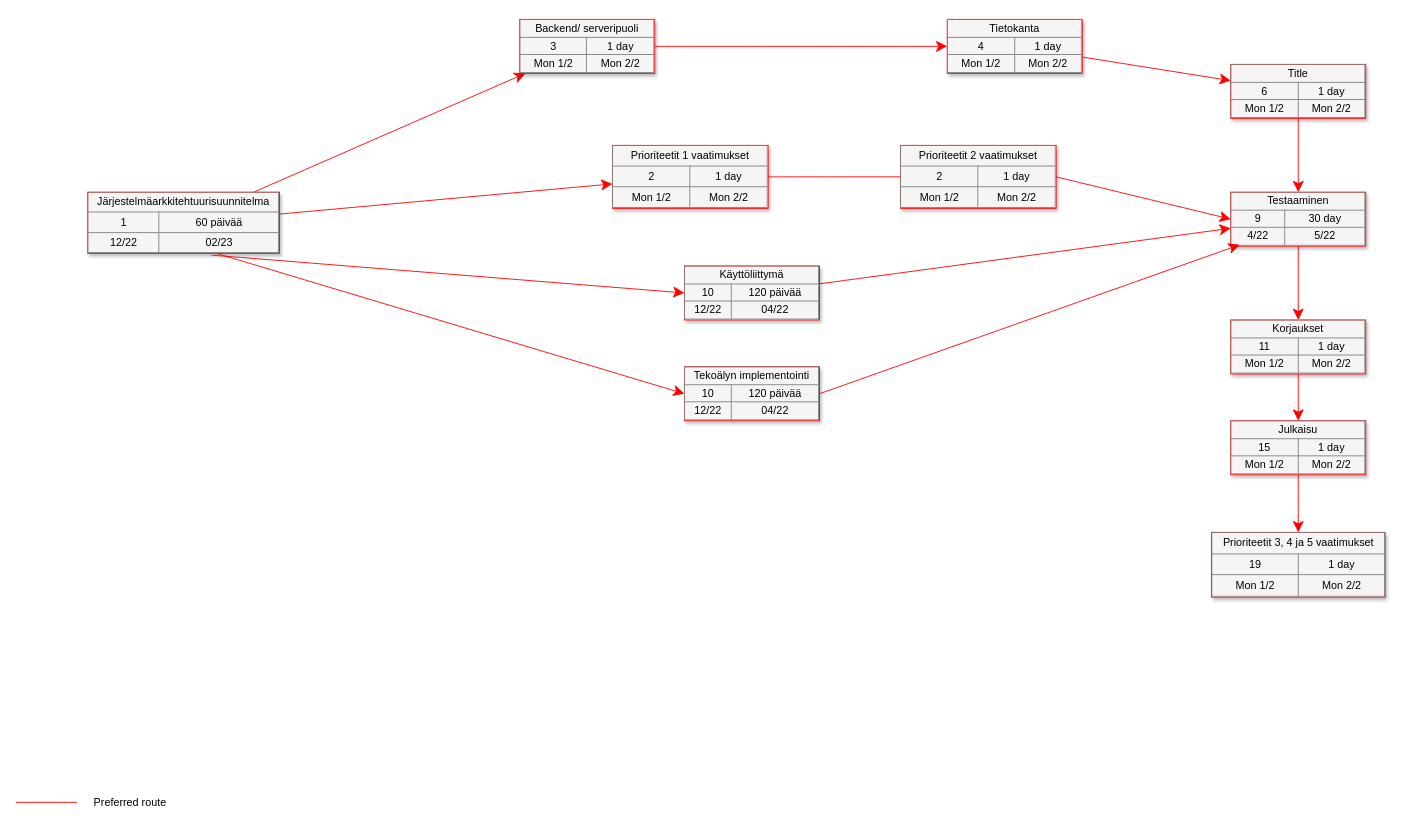
Above: UML/SW ENG course/precedence diagram.drawio in DeveloperLauri/UML-charts-draw.io (draw.io), before the change. Source tidied: cells renumbered, new cells numbered last; positions are measured from the earlier drawing's top-left corner, leaving out a move shared by most shapes. Both pictures are drawn from the tidied source at 90%, with x=0, y=0 at pixel (15, 19).
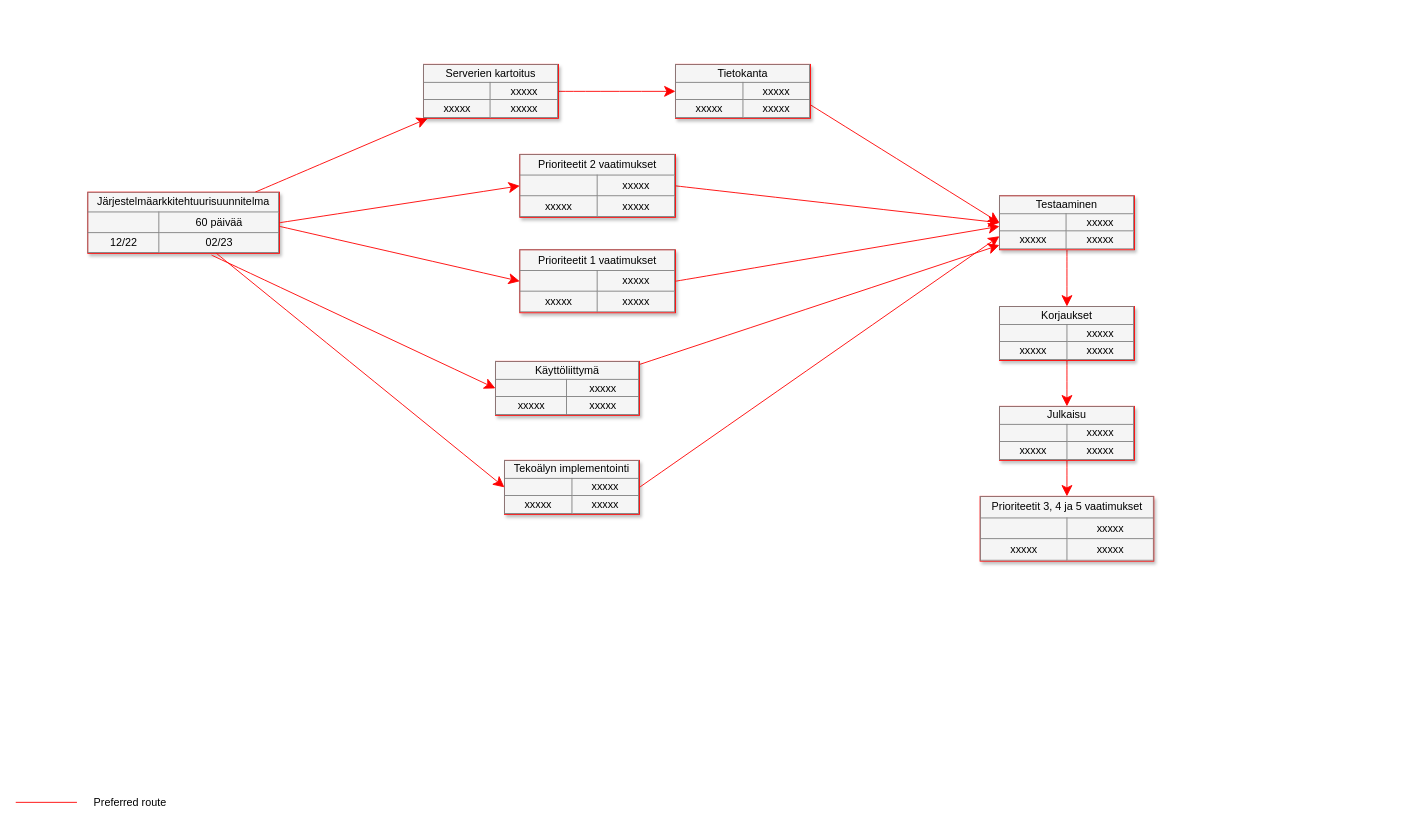
After the change.

Diff of the diagram source:
```diff
@@
-    <mxCell id="3" style="edgeStyle=none;curved=1;html=1;startSize=10;endArrow=classic;endFill=1;endSize=10;strokeColor=#FF0000;strokeWidth=1;fontSize=12;" parent="1" edge="1" source="4" target="16">
-      <mxGeometry relative="1" as="geometry" />
-    </mxCell>
-    <mxCell id="4" value="&lt;table border=&quot;1&quot; width=&quot;100%&quot; style=&quot;width: 100% ; height: 100% ; border-collapse: collapse&quot;&gt;&lt;tbody&gt;&lt;tr&gt;&lt;td colspan=&quot;2&quot; align=&quot;center&quot;&gt;Järjestelmäarkkitehtuurisuunnitelma&lt;/td&gt;&lt;/tr&gt;&lt;tr&gt;&lt;td align=&quot;center&quot;&gt;&lt;font style=&quot;font-size: 12px;&quot;&gt;1&lt;/font&gt;&lt;/td&gt;&lt;td align=&quot;center&quot;&gt;&lt;font style=&quot;font-size: 12px;&quot;&gt;60 päivää&lt;/font&gt;&lt;/td&gt;&lt;/tr&gt;&lt;tr&gt;&lt;td align=&quot;center&quot;&gt;12/22&lt;/td&gt;&lt;td align=&quot;center&quot;&gt;02/23&lt;/td&gt;&lt;/tr&gt;&lt;/tbody&gt;&lt;/table&gt;" style="text;html=1;strokeColor=#FF0000;fillColor=#f5f5f5;overflow=fill;rounded=0;shadow=1;fontSize=12;align=center;" parent="1" vertex="1">
+    <mxCell id="4" value="&lt;table border=&quot;1&quot; width=&quot;100%&quot; style=&quot;width: 100% ; height: 100% ; border-collapse: collapse&quot;&gt;&lt;tbody&gt;&lt;tr&gt;&lt;td colspan=&quot;2&quot; align=&quot;center&quot;&gt;Järjestelmäarkkitehtuurisuunnitelma&lt;/td&gt;&lt;/tr&gt;&lt;tr&gt;&lt;td align=&quot;center&quot;&gt;&lt;br&gt;&lt;/td&gt;&lt;td align=&quot;center&quot;&gt;&lt;font style=&quot;font-size: 12px;&quot;&gt;60 päivää&lt;/font&gt;&lt;/td&gt;&lt;/tr&gt;&lt;tr&gt;&lt;td align=&quot;center&quot;&gt;12/22&lt;/td&gt;&lt;td align=&quot;center&quot;&gt;02/23&lt;/td&gt;&lt;/tr&gt;&lt;/tbody&gt;&lt;/table&gt;" style="text;html=1;strokeColor=#FF0000;fillColor=#f5f5f5;overflow=fill;rounded=0;shadow=1;fontSize=12;align=center;" parent="1" vertex="1">
       <mxGeometry x="80" y="192" width="213" height="68" as="geometry" />
     </mxCell>
-    <mxCell id="5" value="&lt;table border=&quot;1&quot; width=&quot;100%&quot; style=&quot;width: 100% ; height: 100% ; border-collapse: collapse&quot;&gt;&lt;tbody&gt;&lt;tr&gt;&lt;td colspan=&quot;2&quot; align=&quot;center&quot;&gt;Prioriteetit 3, 4 ja 5 vaatimukset&lt;/td&gt;&lt;/tr&gt;&lt;tr&gt;&lt;td align=&quot;center&quot;&gt;19&lt;/td&gt;&lt;td align=&quot;center&quot;&gt;&lt;font style=&quot;font-size: 12px&quot;&gt;1 day&lt;/font&gt;&lt;/td&gt;&lt;/tr&gt;&lt;tr&gt;&lt;td align=&quot;center&quot;&gt;&lt;font style=&quot;font-size: 12px&quot;&gt;Mon 1/2&lt;/font&gt;&lt;/td&gt;&lt;td align=&quot;center&quot;&gt;&lt;font style=&quot;font-size: 12px&quot;&gt;Mon 2/2&lt;/font&gt;&lt;/td&gt;&lt;/tr&gt;&lt;/tbody&gt;&lt;/table&gt;" style="text;html=1;strokeColor=#FF0000;fillColor=#f5f5f5;overflow=fill;rounded=0;shadow=1;fontSize=12;align=center;" parent="1" vertex="1">
-      <mxGeometry x="1328.5" y="570" width="193" height="72" as="geometry" />
+    <mxCell id="5" value="&lt;table border=&quot;1&quot; width=&quot;100%&quot; style=&quot;width: 100% ; height: 100% ; border-collapse: collapse&quot;&gt;&lt;tbody&gt;&lt;tr&gt;&lt;td colspan=&quot;2&quot; align=&quot;center&quot;&gt;Prioriteetit 3, 4 ja 5 vaatimukset&lt;/td&gt;&lt;/tr&gt;&lt;tr&gt;&lt;td align=&quot;center&quot;&gt;&lt;br&gt;&lt;/td&gt;&lt;td align=&quot;center&quot;&gt;xxxxx&lt;br&gt;&lt;/td&gt;&lt;/tr&gt;&lt;tr&gt;&lt;td align=&quot;center&quot;&gt;xxxxx&lt;br&gt;&lt;/td&gt;&lt;td align=&quot;center&quot;&gt;xxxxx&lt;br&gt;&lt;/td&gt;&lt;/tr&gt;&lt;/tbody&gt;&lt;/table&gt;" style="text;html=1;strokeColor=#FF0000;fillColor=#f5f5f5;overflow=fill;rounded=0;shadow=1;fontSize=12;align=center;" parent="1" vertex="1">
+      <mxGeometry x="1071.5" y="530" width="193" height="72" as="geometry" />
     </mxCell>
@@
-    <mxCell id="7" value="&lt;table border=&quot;1&quot; width=&quot;100%&quot; style=&quot;width: 100% ; height: 100% ; border-collapse: collapse&quot;&gt;&lt;tbody&gt;&lt;tr&gt;&lt;td colspan=&quot;2&quot; align=&quot;center&quot;&gt;Julkaisu&lt;/td&gt;&lt;/tr&gt;&lt;tr&gt;&lt;td align=&quot;center&quot;&gt;15&lt;/td&gt;&lt;td align=&quot;center&quot;&gt;&lt;font style=&quot;font-size: 12px&quot;&gt;1 day&lt;/font&gt;&lt;/td&gt;&lt;/tr&gt;&lt;tr&gt;&lt;td align=&quot;center&quot;&gt;&lt;font style=&quot;font-size: 12px&quot;&gt;Mon 1/2&lt;/font&gt;&lt;/td&gt;&lt;td align=&quot;center&quot;&gt;&lt;font style=&quot;font-size: 12px&quot;&gt;Mon 2/2&lt;/font&gt;&lt;/td&gt;&lt;/tr&gt;&lt;/tbody&gt;&lt;/table&gt;" style="text;html=1;strokeColor=#FF0000;fillColor=#f5f5f5;overflow=fill;rounded=0;shadow=1;fontSize=12;align=center;" parent="1" vertex="1">
-      <mxGeometry x="1350" y="446" width="150" height="60" as="geometry" />
+    <mxCell id="7" value="&lt;table border=&quot;1&quot; width=&quot;100%&quot; style=&quot;width: 100% ; height: 100% ; border-collapse: collapse&quot;&gt;&lt;tbody&gt;&lt;tr&gt;&lt;td colspan=&quot;2&quot; align=&quot;center&quot;&gt;Julkaisu&lt;/td&gt;&lt;/tr&gt;&lt;tr&gt;&lt;td align=&quot;center&quot;&gt;&lt;br&gt;&lt;/td&gt;&lt;td align=&quot;center&quot;&gt;xxxxx&lt;br&gt;&lt;/td&gt;&lt;/tr&gt;&lt;tr&gt;&lt;td align=&quot;center&quot;&gt;xxxxx&lt;br&gt;&lt;/td&gt;&lt;td align=&quot;center&quot;&gt;xxxxx&lt;br&gt;&lt;/td&gt;&lt;/tr&gt;&lt;/tbody&gt;&lt;/table&gt;" style="text;html=1;strokeColor=#FF0000;fillColor=#f5f5f5;overflow=fill;rounded=0;shadow=1;fontSize=12;align=center;" parent="1" vertex="1">
+      <mxGeometry x="1093" y="430" width="150" height="60" as="geometry" />
     </mxCell>
@@
-    <mxCell id="9" value="&lt;table border=&quot;1&quot; width=&quot;100%&quot; style=&quot;width: 100% ; height: 100% ; border-collapse: collapse&quot;&gt;&lt;tbody&gt;&lt;tr&gt;&lt;td colspan=&quot;2&quot; align=&quot;center&quot;&gt;Korjaukset&lt;/td&gt;&lt;/tr&gt;&lt;tr&gt;&lt;td align=&quot;center&quot;&gt;&lt;font style=&quot;font-size: 12px&quot;&gt;11&lt;/font&gt;&lt;/td&gt;&lt;td align=&quot;center&quot;&gt;&lt;font style=&quot;font-size: 12px&quot;&gt;1 day&lt;/font&gt;&lt;/td&gt;&lt;/tr&gt;&lt;tr&gt;&lt;td align=&quot;center&quot;&gt;&lt;font style=&quot;font-size: 12px&quot;&gt;Mon 1/2&lt;/font&gt;&lt;/td&gt;&lt;td align=&quot;center&quot;&gt;&lt;font style=&quot;font-size: 12px&quot;&gt;Mon 2/2&lt;/font&gt;&lt;/td&gt;&lt;/tr&gt;&lt;/tbody&gt;&lt;/table&gt;" style="text;html=1;strokeColor=#FF0000;fillColor=#f5f5f5;overflow=fill;rounded=0;shadow=1;fontSize=12;align=center;" parent="1" vertex="1">
-      <mxGeometry x="1350" y="334" width="150" height="60" as="geometry" />
+    <mxCell id="9" value="&lt;table border=&quot;1&quot; width=&quot;100%&quot; style=&quot;width: 100% ; height: 100% ; border-collapse: collapse&quot;&gt;&lt;tbody&gt;&lt;tr&gt;&lt;td colspan=&quot;2&quot; align=&quot;center&quot;&gt;Korjaukset&lt;/td&gt;&lt;/tr&gt;&lt;tr&gt;&lt;td align=&quot;center&quot;&gt;&lt;br&gt;&lt;/td&gt;&lt;td align=&quot;center&quot;&gt;xxxxx&lt;br&gt;&lt;/td&gt;&lt;/tr&gt;&lt;tr&gt;&lt;td align=&quot;center&quot;&gt;xxxxx&lt;br&gt;&lt;/td&gt;&lt;td align=&quot;center&quot;&gt;xxxxx&lt;br&gt;&lt;/td&gt;&lt;/tr&gt;&lt;/tbody&gt;&lt;/table&gt;" style="text;html=1;strokeColor=#FF0000;fillColor=#f5f5f5;overflow=fill;rounded=0;shadow=1;fontSize=12;align=center;" parent="1" vertex="1">
+      <mxGeometry x="1093" y="319" width="150" height="60" as="geometry" />
     </mxCell>
@@
-    <mxCell id="11" value="&lt;table border=&quot;1&quot; width=&quot;100%&quot; style=&quot;width: 100% ; height: 100% ; border-collapse: collapse&quot;&gt;&lt;tbody&gt;&lt;tr&gt;&lt;td colspan=&quot;2&quot; align=&quot;center&quot;&gt;&lt;font style=&quot;font-size: 12px&quot;&gt;Testaaminen&lt;/font&gt;&lt;/td&gt;&lt;/tr&gt;&lt;tr&gt;&lt;td align=&quot;center&quot;&gt;9&lt;/td&gt;&lt;td align=&quot;center&quot;&gt;&lt;font style=&quot;font-size: 12px&quot;&gt;30 day&lt;/font&gt;&lt;/td&gt;&lt;/tr&gt;&lt;tr&gt;&lt;td align=&quot;center&quot;&gt;4/22&lt;/td&gt;&lt;td align=&quot;center&quot;&gt;5/22&lt;/td&gt;&lt;/tr&gt;&lt;/tbody&gt;&lt;/table&gt;" style="text;html=1;strokeColor=#FF0000;fillColor=#f5f5f5;overflow=fill;rounded=0;shadow=1;fontSize=12;align=center;" parent="1" vertex="1">
-      <mxGeometry x="1350" y="192" width="150" height="60" as="geometry" />
+    <mxCell id="11" value="&lt;table border=&quot;1&quot; width=&quot;100%&quot; style=&quot;width: 100% ; height: 100% ; border-collapse: collapse&quot;&gt;&lt;tbody&gt;&lt;tr&gt;&lt;td colspan=&quot;2&quot; align=&quot;center&quot;&gt;&lt;font style=&quot;font-size: 12px&quot;&gt;Testaaminen&lt;/font&gt;&lt;/td&gt;&lt;/tr&gt;&lt;tr&gt;&lt;td align=&quot;center&quot;&gt;&lt;br&gt;&lt;/td&gt;&lt;td align=&quot;center&quot;&gt;xxxxx&lt;br&gt;&lt;/td&gt;&lt;/tr&gt;&lt;tr&gt;&lt;td align=&quot;center&quot;&gt;xxxxx&lt;br&gt;&lt;/td&gt;&lt;td align=&quot;center&quot;&gt;xxxxx&lt;br&gt;&lt;/td&gt;&lt;/tr&gt;&lt;/tbody&gt;&lt;/table&gt;" style="text;html=1;strokeColor=#FF0000;fillColor=#f5f5f5;overflow=fill;rounded=0;shadow=1;fontSize=12;align=center;" parent="1" vertex="1">
+      <mxGeometry x="1093" y="196" width="150" height="60" as="geometry" />
     </mxCell>
-    <mxCell id="12" style="edgeStyle=none;curved=1;html=1;startSize=10;endArrow=classic;endFill=1;endSize=10;strokeColor=#FF0000;strokeWidth=1;fontSize=12;" parent="1" edge="1" source="13" target="20">
+    <mxCell id="12" style="edgeStyle=none;curved=1;html=1;startSize=10;endArrow=classic;endFill=1;endSize=10;strokeColor=#FF0000;strokeWidth=1;fontSize=12;entryX=0;entryY=0.5;entryDx=0;entryDy=0;exitX=1;exitY=0.75;exitDx=0;exitDy=0;" parent="1" edge="1" source="13" target="11">
       <mxGeometry relative="1" as="geometry" />
     </mxCell>
-    <mxCell id="13" value="&lt;table border=&quot;1&quot; width=&quot;100%&quot; style=&quot;width: 100% ; height: 100% ; border-collapse: collapse&quot;&gt;&lt;tbody&gt;&lt;tr&gt;&lt;td colspan=&quot;2&quot; align=&quot;center&quot;&gt;&lt;font style=&quot;font-size: 12px&quot;&gt;Tietokanta&lt;/font&gt;&lt;/td&gt;&lt;/tr&gt;&lt;tr&gt;&lt;td align=&quot;center&quot;&gt;4&lt;/td&gt;&lt;td align=&quot;center&quot;&gt;&lt;font style=&quot;font-size: 12px&quot;&gt;1 day&lt;/font&gt;&lt;/td&gt;&lt;/tr&gt;&lt;tr&gt;&lt;td align=&quot;center&quot;&gt;&lt;font style=&quot;font-size: 12px&quot;&gt;Mon 1/2&lt;/font&gt;&lt;/td&gt;&lt;td align=&quot;center&quot;&gt;&lt;font style=&quot;font-size: 12px&quot;&gt;Mon 2/2&lt;/font&gt;&lt;/td&gt;&lt;/tr&gt;&lt;/tbody&gt;&lt;/table&gt;" style="text;html=1;strokeColor=#FF0000;fillColor=#f5f5f5;overflow=fill;rounded=0;shadow=1;fontSize=12;align=center;" parent="1" vertex="1">
-      <mxGeometry x="1035" width="150" height="60" as="geometry" />
+    <mxCell id="13" value="&lt;table border=&quot;1&quot; width=&quot;100%&quot; style=&quot;width: 100% ; height: 100% ; border-collapse: collapse&quot;&gt;&lt;tbody&gt;&lt;tr&gt;&lt;td colspan=&quot;2&quot; align=&quot;center&quot;&gt;&lt;font style=&quot;font-size: 12px&quot;&gt;Tietokanta&lt;/font&gt;&lt;/td&gt;&lt;/tr&gt;&lt;tr&gt;&lt;td align=&quot;center&quot;&gt;&lt;br&gt;&lt;/td&gt;&lt;td align=&quot;center&quot;&gt;xxxxx&lt;br&gt;&lt;/td&gt;&lt;/tr&gt;&lt;tr&gt;&lt;td align=&quot;center&quot;&gt;xxxxx&lt;br&gt;&lt;/td&gt;&lt;td align=&quot;center&quot;&gt;xxxxx&lt;br&gt;&lt;/td&gt;&lt;/tr&gt;&lt;/tbody&gt;&lt;/table&gt;" style="text;html=1;strokeColor=#FF0000;fillColor=#f5f5f5;overflow=fill;rounded=0;shadow=1;fontSize=12;align=center;" parent="1" vertex="1">
+      <mxGeometry x="733" y="50" width="150" height="60" as="geometry" />
     </mxCell>
@@
-    <mxCell id="15" value="&lt;table border=&quot;1&quot; width=&quot;100%&quot; style=&quot;width: 100% ; height: 100% ; border-collapse: collapse&quot;&gt;&lt;tbody&gt;&lt;tr&gt;&lt;td colspan=&quot;2&quot; align=&quot;center&quot;&gt;Backend/ serveripuoli&lt;/td&gt;&lt;/tr&gt;&lt;tr&gt;&lt;td align=&quot;center&quot;&gt;3&lt;/td&gt;&lt;td align=&quot;center&quot;&gt;&lt;font style=&quot;font-size: 12px&quot;&gt;1 day&lt;/font&gt;&lt;/td&gt;&lt;/tr&gt;&lt;tr&gt;&lt;td align=&quot;center&quot;&gt;&lt;font style=&quot;font-size: 12px&quot;&gt;Mon 1/2&lt;/font&gt;&lt;/td&gt;&lt;td align=&quot;center&quot;&gt;&lt;font style=&quot;font-size: 12px&quot;&gt;Mon 2/2&lt;/font&gt;&lt;/td&gt;&lt;/tr&gt;&lt;/tbody&gt;&lt;/table&gt;" style="text;html=1;strokeColor=#FF0000;fillColor=#f5f5f5;overflow=fill;rounded=0;shadow=1;fontSize=12;align=center;" parent="1" vertex="1">
-      <mxGeometry x="560" width="150" height="60" as="geometry" />
+    <mxCell id="15" value="&lt;table border=&quot;1&quot; width=&quot;100%&quot; style=&quot;width: 100% ; height: 100% ; border-collapse: collapse&quot;&gt;&lt;tbody&gt;&lt;tr&gt;&lt;td colspan=&quot;2&quot; align=&quot;center&quot;&gt;Serverien kartoitus&lt;/td&gt;&lt;/tr&gt;&lt;tr&gt;&lt;td align=&quot;center&quot;&gt;&lt;br&gt;&lt;/td&gt;&lt;td align=&quot;center&quot;&gt;xxxxx&lt;br&gt;&lt;/td&gt;&lt;/tr&gt;&lt;tr&gt;&lt;td align=&quot;center&quot;&gt;xxxxx&lt;/td&gt;&lt;td align=&quot;center&quot;&gt;xxxxx&lt;br&gt;&lt;/td&gt;&lt;/tr&gt;&lt;/tbody&gt;&lt;/table&gt;" style="text;html=1;strokeColor=#FF0000;fillColor=#f5f5f5;overflow=fill;rounded=0;shadow=1;fontSize=12;align=center;" parent="1" vertex="1">
+      <mxGeometry x="453" y="50" width="150" height="60" as="geometry" />
     </mxCell>
-    <mxCell id="16" value="&lt;table border=&quot;1&quot; width=&quot;100%&quot; style=&quot;width: 100% ; height: 100% ; border-collapse: collapse&quot;&gt;&lt;tbody&gt;&lt;tr&gt;&lt;td colspan=&quot;2&quot; align=&quot;center&quot;&gt;Prioriteetit 1 vaatimukset&lt;/td&gt;&lt;/tr&gt;&lt;tr&gt;&lt;td align=&quot;center&quot;&gt;2&lt;/td&gt;&lt;td align=&quot;center&quot;&gt;&lt;font style=&quot;font-size: 12px&quot;&gt;1 day&lt;/font&gt;&lt;/td&gt;&lt;/tr&gt;&lt;tr&gt;&lt;td align=&quot;center&quot;&gt;&lt;font style=&quot;font-size: 12px&quot;&gt;Mon 1/2&lt;/font&gt;&lt;/td&gt;&lt;td align=&quot;center&quot;&gt;&lt;font style=&quot;font-size: 12px&quot;&gt;Mon 2/2&lt;/font&gt;&lt;/td&gt;&lt;/tr&gt;&lt;/tbody&gt;&lt;/table&gt;" style="text;html=1;strokeColor=#FF0000;fillColor=#f5f5f5;overflow=fill;rounded=0;shadow=1;fontSize=12;align=center;" parent="1" vertex="1">
-      <mxGeometry x="663" y="140" width="173" height="70" as="geometry" />
+    <mxCell id="16" value="&lt;table border=&quot;1&quot; width=&quot;100%&quot; style=&quot;width: 100% ; height: 100% ; border-collapse: collapse&quot;&gt;&lt;tbody&gt;&lt;tr&gt;&lt;td colspan=&quot;2&quot; align=&quot;center&quot;&gt;Prioriteetit 1 vaatimukset&lt;/td&gt;&lt;/tr&gt;&lt;tr&gt;&lt;td align=&quot;center&quot;&gt;&lt;br&gt;&lt;/td&gt;&lt;td align=&quot;center&quot;&gt;xxxxx&lt;br&gt;&lt;/td&gt;&lt;/tr&gt;&lt;tr&gt;&lt;td align=&quot;center&quot;&gt;xxxxx&lt;br&gt;&lt;/td&gt;&lt;td align=&quot;center&quot;&gt;xxxxx&lt;br&gt;&lt;/td&gt;&lt;/tr&gt;&lt;/tbody&gt;&lt;/table&gt;" style="text;html=1;strokeColor=#FF0000;fillColor=#f5f5f5;overflow=fill;rounded=0;shadow=1;fontSize=12;align=center;" parent="1" vertex="1">
+      <mxGeometry x="560" y="256" width="173" height="70" as="geometry" />
     </mxCell>
@@
-    <mxCell id="18" value="&lt;table border=&quot;1&quot; width=&quot;100%&quot; style=&quot;width: 100% ; height: 100% ; border-collapse: collapse&quot;&gt;&lt;tbody&gt;&lt;tr&gt;&lt;td colspan=&quot;2&quot; align=&quot;center&quot;&gt;Käyttöliittymä&lt;/td&gt;&lt;/tr&gt;&lt;tr&gt;&lt;td align=&quot;center&quot;&gt;10&lt;/td&gt;&lt;td align=&quot;center&quot;&gt;&lt;font style=&quot;font-size: 12px&quot;&gt;120 päivää&lt;/font&gt;&lt;/td&gt;&lt;/tr&gt;&lt;tr&gt;&lt;td align=&quot;center&quot;&gt;12/22&lt;/td&gt;&lt;td align=&quot;center&quot;&gt;04/22&lt;/td&gt;&lt;/tr&gt;&lt;/tbody&gt;&lt;/table&gt;" style="text;html=1;strokeColor=#FF0000;fillColor=#f5f5f5;overflow=fill;rounded=0;shadow=1;fontSize=12;align=center;" parent="1" vertex="1">
-      <mxGeometry x="743" y="274" width="150" height="60" as="geometry" />
+    <mxCell id="18" value="&lt;table border=&quot;1&quot; width=&quot;100%&quot; style=&quot;width: 100% ; height: 100% ; border-collapse: collapse&quot;&gt;&lt;tbody&gt;&lt;tr&gt;&lt;td colspan=&quot;2&quot; align=&quot;center&quot;&gt;Käyttöliittymä&lt;/td&gt;&lt;/tr&gt;&lt;tr&gt;&lt;td align=&quot;center&quot;&gt;&lt;br&gt;&lt;/td&gt;&lt;td align=&quot;center&quot;&gt;xxxxx&lt;br&gt;&lt;/td&gt;&lt;/tr&gt;&lt;tr&gt;&lt;td align=&quot;center&quot;&gt;xxxxx&lt;br&gt;&lt;/td&gt;&lt;td align=&quot;center&quot;&gt;xxxxx&lt;br&gt;&lt;/td&gt;&lt;/tr&gt;&lt;/tbody&gt;&lt;/table&gt;" style="text;html=1;strokeColor=#FF0000;fillColor=#f5f5f5;overflow=fill;rounded=0;shadow=1;fontSize=12;align=center;" parent="1" vertex="1">
+      <mxGeometry x="533" y="380" width="160" height="60" as="geometry" />
     </mxCell>
-    <mxCell id="19" style="edgeStyle=none;curved=1;html=1;startSize=10;endArrow=classic;endFill=1;endSize=10;strokeColor=#FF0000;strokeWidth=1;fontSize=12;" parent="1" edge="1" source="20" target="11">
-      <mxGeometry relative="1" as="geometry" />
-    </mxCell>
-    <mxCell id="20" value="&lt;table border=&quot;1&quot; width=&quot;100%&quot; style=&quot;width: 100% ; height: 100% ; border-collapse: collapse&quot;&gt;&lt;tbody&gt;&lt;tr&gt;&lt;td colspan=&quot;2&quot; align=&quot;center&quot;&gt;&lt;font style=&quot;font-size: 12px&quot;&gt;Title&lt;/font&gt;&lt;/td&gt;&lt;/tr&gt;&lt;tr&gt;&lt;td align=&quot;center&quot;&gt;6&lt;/td&gt;&lt;td align=&quot;center&quot;&gt;&lt;font style=&quot;font-size: 12px&quot;&gt;1 day&lt;/font&gt;&lt;/td&gt;&lt;/tr&gt;&lt;tr&gt;&lt;td align=&quot;center&quot;&gt;&lt;font style=&quot;font-size: 12px&quot;&gt;Mon 1/2&lt;/font&gt;&lt;/td&gt;&lt;td align=&quot;center&quot;&gt;&lt;font style=&quot;font-size: 12px&quot;&gt;Mon 2/2&lt;/font&gt;&lt;/td&gt;&lt;/tr&gt;&lt;/tbody&gt;&lt;/table&gt;" style="text;html=1;strokeColor=#FF0000;fillColor=#f5f5f5;overflow=fill;rounded=0;shadow=1;fontSize=12;align=center;" parent="1" vertex="1">
-      <mxGeometry x="1350" y="50" width="150" height="60" as="geometry" />
-    </mxCell>
@@
-    <mxCell id="25" value="&lt;table border=&quot;1&quot; width=&quot;100%&quot; style=&quot;width: 100% ; height: 100% ; border-collapse: collapse&quot;&gt;&lt;tbody&gt;&lt;tr&gt;&lt;td colspan=&quot;2&quot; align=&quot;center&quot;&gt;Prioriteetit 2 vaatimukset&lt;/td&gt;&lt;/tr&gt;&lt;tr&gt;&lt;td align=&quot;center&quot;&gt;2&lt;/td&gt;&lt;td align=&quot;center&quot;&gt;&lt;font style=&quot;font-size: 12px&quot;&gt;1 day&lt;/font&gt;&lt;/td&gt;&lt;/tr&gt;&lt;tr&gt;&lt;td align=&quot;center&quot;&gt;&lt;font style=&quot;font-size: 12px&quot;&gt;Mon 1/2&lt;/font&gt;&lt;/td&gt;&lt;td align=&quot;center&quot;&gt;&lt;font style=&quot;font-size: 12px&quot;&gt;Mon 2/2&lt;/font&gt;&lt;/td&gt;&lt;/tr&gt;&lt;/tbody&gt;&lt;/table&gt;" style="text;html=1;strokeColor=#FF0000;fillColor=#f5f5f5;overflow=fill;rounded=0;shadow=1;fontSize=12;align=center;" parent="1" vertex="1">
-      <mxGeometry x="983" y="140" width="173" height="70" as="geometry" />
+    <mxCell id="25" value="&lt;table border=&quot;1&quot; width=&quot;100%&quot; style=&quot;width: 100% ; height: 100% ; border-collapse: collapse&quot;&gt;&lt;tbody&gt;&lt;tr&gt;&lt;td colspan=&quot;2&quot; align=&quot;center&quot;&gt;Prioriteetit 2 vaatimukset&lt;/td&gt;&lt;/tr&gt;&lt;tr&gt;&lt;td align=&quot;center&quot;&gt;&lt;br&gt;&lt;/td&gt;&lt;td align=&quot;center&quot;&gt;xxxxx&lt;br&gt;&lt;/td&gt;&lt;/tr&gt;&lt;tr&gt;&lt;td align=&quot;center&quot;&gt;xxxxx&lt;br&gt;&lt;/td&gt;&lt;td align=&quot;center&quot;&gt;xxxxx&lt;br&gt;&lt;/td&gt;&lt;/tr&gt;&lt;/tbody&gt;&lt;/table&gt;" style="text;html=1;strokeColor=#FF0000;fillColor=#f5f5f5;overflow=fill;rounded=0;shadow=1;fontSize=12;align=center;" parent="1" vertex="1">
+      <mxGeometry x="560" y="150" width="173" height="70" as="geometry" />
     </mxCell>
-    <mxCell id="26" style="edgeStyle=none;curved=1;html=1;startSize=10;endArrow=none;endFill=1;endSize=10;strokeColor=#FF0000;strokeWidth=1;fontSize=12;exitX=1;exitY=0.5;exitDx=0;exitDy=0;entryX=0;entryY=0.5;entryDx=0;entryDy=0;" parent="1" edge="1" source="16" target="25">
-      <mxGeometry relative="1" as="geometry" />
-    </mxCell>
-    <mxCell id="27" value="&lt;table border=&quot;1&quot; width=&quot;100%&quot; style=&quot;width: 100% ; height: 100% ; border-collapse: collapse&quot;&gt;&lt;tbody&gt;&lt;tr&gt;&lt;td colspan=&quot;2&quot; align=&quot;center&quot;&gt;Tekoälyn implementointi&lt;/td&gt;&lt;/tr&gt;&lt;tr&gt;&lt;td align=&quot;center&quot;&gt;10&lt;/td&gt;&lt;td align=&quot;center&quot;&gt;&lt;font style=&quot;font-size: 12px&quot;&gt;120 päivää&lt;/font&gt;&lt;/td&gt;&lt;/tr&gt;&lt;tr&gt;&lt;td align=&quot;center&quot;&gt;12/22&lt;/td&gt;&lt;td align=&quot;center&quot;&gt;04/22&lt;/td&gt;&lt;/tr&gt;&lt;/tbody&gt;&lt;/table&gt;" style="text;html=1;strokeColor=#FF0000;fillColor=#f5f5f5;overflow=fill;rounded=0;shadow=1;fontSize=12;align=center;" parent="1" vertex="1">
-      <mxGeometry x="743" y="386" width="150" height="60" as="geometry" />
+    <mxCell id="27" value="&lt;table border=&quot;1&quot; width=&quot;100%&quot; style=&quot;width: 100% ; height: 100% ; border-collapse: collapse&quot;&gt;&lt;tbody&gt;&lt;tr&gt;&lt;td colspan=&quot;2&quot; align=&quot;center&quot;&gt;Tekoälyn implementointi&lt;/td&gt;&lt;/tr&gt;&lt;tr&gt;&lt;td align=&quot;center&quot;&gt;&lt;br&gt;&lt;/td&gt;&lt;td align=&quot;center&quot;&gt;xxxxx&lt;br&gt;&lt;/td&gt;&lt;/tr&gt;&lt;tr&gt;&lt;td align=&quot;center&quot;&gt;xxxxx&lt;br&gt;&lt;/td&gt;&lt;td align=&quot;center&quot;&gt;xxxxx&lt;br&gt;&lt;/td&gt;&lt;/tr&gt;&lt;/tbody&gt;&lt;/table&gt;" style="text;html=1;strokeColor=#FF0000;fillColor=#f5f5f5;overflow=fill;rounded=0;shadow=1;fontSize=12;align=center;" parent="1" vertex="1">
+      <mxGeometry x="543" y="490" width="150" height="60" as="geometry" />
     </mxCell>
-    <mxCell id="28" style="edgeStyle=none;curved=1;html=1;startSize=10;endArrow=classic;endFill=1;endSize=10;strokeColor=#FF0000;strokeWidth=1;fontSize=12;exitX=1;exitY=0.5;exitDx=0;exitDy=0;" parent="1" edge="1" source="27">
-      <mxGeometry relative="1" as="geometry">
-        <mxPoint x="1360" y="250.5" as="targetPoint" />
-      </mxGeometry>
+    <mxCell id="28" style="edgeStyle=none;curved=1;html=1;startSize=10;endArrow=classic;endFill=1;endSize=10;strokeColor=#FF0000;strokeWidth=1;fontSize=12;exitX=1;exitY=0.5;exitDx=0;exitDy=0;entryX=0;entryY=0.75;entryDx=0;entryDy=0;" parent="1" edge="1" source="27" target="11">
+      <mxGeometry relative="1" as="geometry" />
     </mxCell>
@@
+    <mxCell id="30" style="edgeStyle=none;curved=1;html=1;startSize=10;endArrow=classic;endFill=1;endSize=10;strokeColor=#FF0000;strokeWidth=1;fontSize=12;exitX=1;exitY=0.5;exitDx=0;exitDy=0;startArrow=none;" parent="1" edge="1" source="16">
+      <mxGeometry relative="1" as="geometry">
+        <mxPoint x="1093" y="230" as="targetPoint" />
+      </mxGeometry>
+    </mxCell>
+    <mxCell id="31" style="edgeStyle=none;curved=1;html=1;startSize=10;endArrow=classic;endFill=1;endSize=10;strokeColor=#FF0000;strokeWidth=1;fontSize=12;entryX=0;entryY=0.5;entryDx=0;entryDy=0;" parent="1" edge="1" target="16">
+      <mxGeometry relative="1" as="geometry">
+        <mxPoint x="293" y="230" as="sourcePoint" />
+      </mxGeometry>
+    </mxCell>
+    <mxCell id="32" style="edgeStyle=none;curved=1;html=1;startSize=10;endArrow=classic;endFill=1;endSize=10;strokeColor=#FF0000;strokeWidth=1;fontSize=12;entryX=0;entryY=0.5;entryDx=0;entryDy=0;exitX=1;exitY=0.5;exitDx=0;exitDy=0;" parent="1" edge="1" source="4" target="25">
+      <mxGeometry relative="1" as="geometry" />
+    </mxCell>
```
